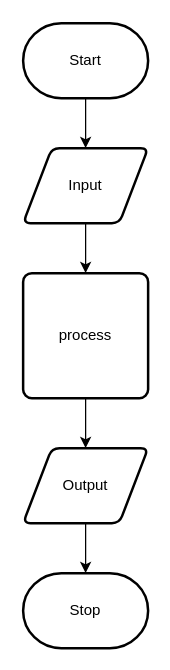
Above: design/flow-chart.drawio in Timothy-Manwell/ICS2O-Unit3-03 (draw.io), before the change. Source tidied: cells renumbered, new cells numbered last; positions are measured from the earlier drawing's top-left corner, leaving out a move shared by most shapes. Both pictures are drawn from the tidied source at 125%, with x=0, y=0 at pixel (22, 22).
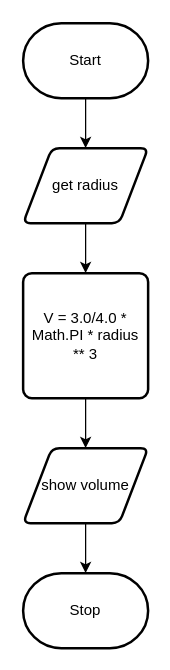
After the change.

What changed in the source:
```diff
@@
 <mxGraphModel>
   <root>
     <mxCell id="0" />
     <mxCell id="1" parent="0" />
     <mxCell id="2" style="edgeStyle=none;html=1;" parent="1" edge="1" source="3" target="5">
       <mxGeometry relative="1" as="geometry" />
     </mxCell>
     <mxCell id="3" value="Start" style="strokeWidth=2;html=1;shape=mxgraph.flowchart.terminator;whiteSpace=wrap;" parent="1" vertex="1">
       <mxGeometry width="100" height="60" as="geometry" />
     </mxCell>
     <mxCell id="4" style="edgeStyle=none;html=1;" parent="1" edge="1" source="5" target="7">
       <mxGeometry relative="1" as="geometry" />
     </mxCell>
-    <mxCell id="5" value="Input" style="shape=parallelogram;html=1;strokeWidth=2;perimeter=parallelogramPerimeter;whiteSpace=wrap;rounded=1;arcSize=12;size=0.23;" parent="1" vertex="1">
+    <mxCell id="5" value="get radius" style="shape=parallelogram;html=1;strokeWidth=2;perimeter=parallelogramPerimeter;whiteSpace=wrap;rounded=1;arcSize=12;size=0.23;" parent="1" vertex="1">
       <mxGeometry y="100" width="100" height="60" as="geometry" />
     </mxCell>
     <mxCell id="6" style="edgeStyle=none;html=1;" parent="1" edge="1" source="7" target="9">
       <mxGeometry relative="1" as="geometry" />
     </mxCell>
-    <mxCell id="7" value="process" style="rounded=1;whiteSpace=wrap;html=1;absoluteArcSize=1;arcSize=14;strokeWidth=2;" parent="1" vertex="1">
+    <mxCell id="7" value="V = 3.0/4.0 * Math.PI * radius ** 3" style="rounded=1;whiteSpace=wrap;html=1;absoluteArcSize=1;arcSize=14;strokeWidth=2;" parent="1" vertex="1">
       <mxGeometry y="200" width="100" height="100" as="geometry" />
     </mxCell>
     <mxCell id="8" style="edgeStyle=none;html=1;" parent="1" edge="1" source="9" target="10">
       <mxGeometry relative="1" as="geometry" />
     </mxCell>
-    <mxCell id="9" value="Output" style="shape=parallelogram;html=1;strokeWidth=2;perimeter=parallelogramPerimeter;whiteSpace=wrap;rounded=1;arcSize=12;size=0.23;" parent="1" vertex="1">
+    <mxCell id="9" value="show volume" style="shape=parallelogram;html=1;strokeWidth=2;perimeter=parallelogramPerimeter;whiteSpace=wrap;rounded=1;arcSize=12;size=0.23;" parent="1" vertex="1">
       <mxGeometry y="340" width="100" height="60" as="geometry" />
     </mxCell>
     <mxCell id="10" value="Stop" style="strokeWidth=2;html=1;shape=mxgraph.flowchart.terminator;whiteSpace=wrap;" parent="1" vertex="1">
       <mxGeometry y="440" width="100" height="60" as="geometry" />
     </mxCell>
   </root>
 </mxGraphModel>
```
